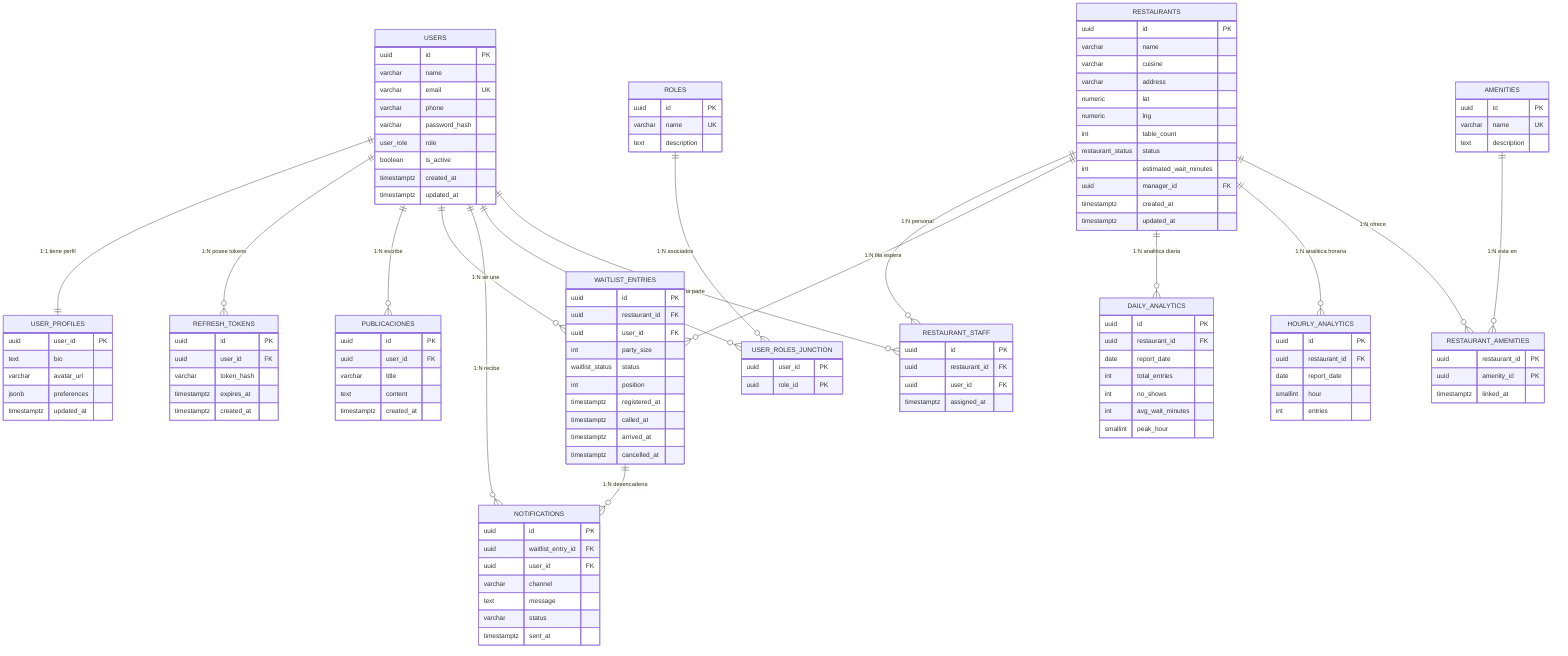
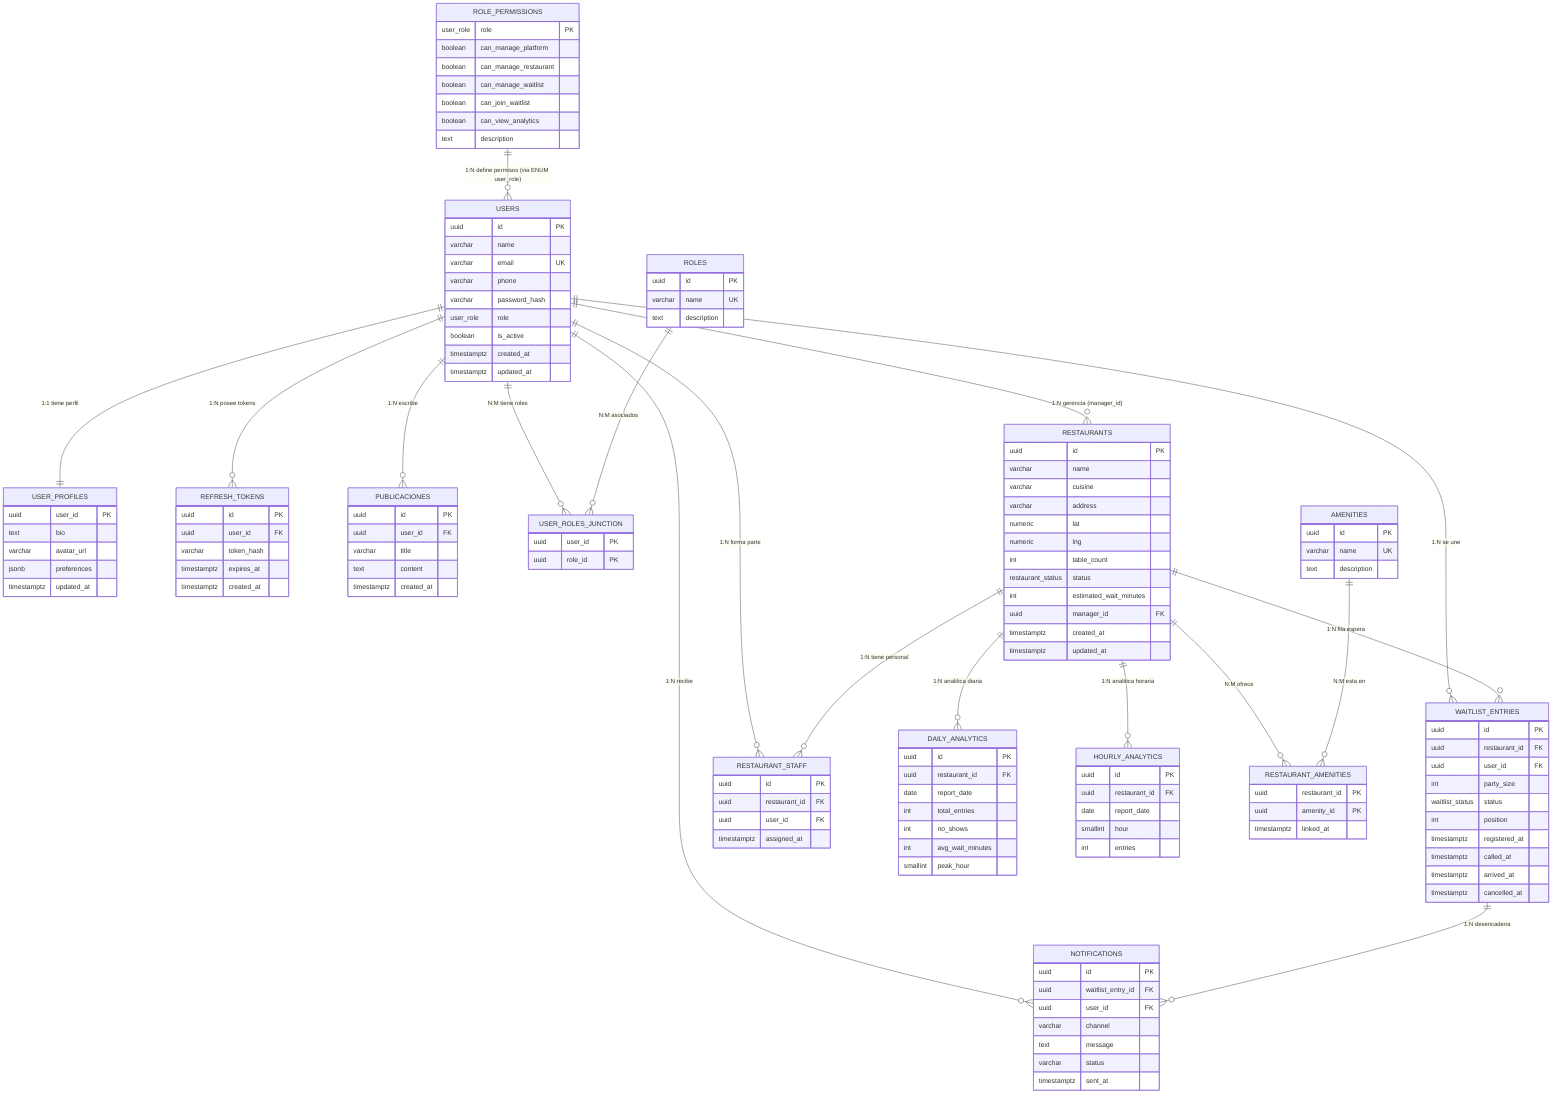
erDiagram
    USERS ||--|| USER_PROFILES : "1:1 tiene perfil"
    USERS ||--o{ REFRESH_TOKENS : "1:N posee tokens"
    USERS ||--o{ PUBLICACIONES : "1:N escribe"
    USERS ||--o{ WAITLIST_ENTRIES : "1:N se une"
    USERS ||--o{ NOTIFICATIONS : "1:N recibe"
-     USERS ||--o{ USER_ROLES_JUNCTION : "1:N tiene"
-     ROLES ||--o{ USER_ROLES_JUNCTION : "1:N asociados"
+     USERS ||--o{ USER_ROLES_JUNCTION : "N:M tiene roles"
+     ROLES ||--o{ USER_ROLES_JUNCTION : "N:M asociados"

-     RESTAURANTS ||--o{ RESTAURANT_STAFF : "1:N personal"
+     USERS ||--o{ RESTAURANTS : "1:N gerencia (manager_id)"
    USERS ||--o{ RESTAURANT_STAFF : "1:N forma parte"
+     RESTAURANTS ||--o{ RESTAURANT_STAFF : "1:N tiene personal"

    RESTAURANTS ||--o{ WAITLIST_ENTRIES : "1:N fila espera"
    WAITLIST_ENTRIES ||--o{ NOTIFICATIONS : "1:N desencadena"
    RESTAURANTS ||--o{ DAILY_ANALYTICS : "1:N analitica diaria"
    RESTAURANTS ||--o{ HOURLY_ANALYTICS : "1:N analitica horaria"

-     RESTAURANTS ||--o{ RESTAURANT_AMENITIES : "1:N ofrece"
-     AMENITIES ||--o{ RESTAURANT_AMENITIES : "1:N esta en"
+     RESTAURANTS ||--o{ RESTAURANT_AMENITIES : "N:M ofrece"
+     AMENITIES ||--o{ RESTAURANT_AMENITIES : "N:M esta en"
+ 
+     ROLE_PERMISSIONS ||--o{ USERS : "1:N define permisos (via ENUM user_role)"

    USERS {
        uuid id PK
        varchar name
        varchar email UK
        varchar phone
        varchar password_hash
        user_role role
        boolean is_active
        timestamptz created_at
        timestamptz updated_at
+     }
+ 
+     ROLE_PERMISSIONS {
+         user_role role PK
+         boolean can_manage_platform
+         boolean can_manage_restaurant
+         boolean can_manage_waitlist
+         boolean can_join_waitlist
+         boolean can_view_analytics
+         text description
    }

    USER_PROFILES {
        uuid user_id PK
        text bio
        varchar avatar_url
        jsonb preferences
        timestamptz updated_at
    }

    PUBLICACIONES {
        uuid id PK
        uuid user_id FK
        varchar title
        text content
        timestamptz created_at
    }

    ROLES {
        uuid id PK
        varchar name UK
        text description
    }

    USER_ROLES_JUNCTION {
        uuid user_id PK
        uuid role_id PK
    }

    REFRESH_TOKENS {
        uuid id PK
        uuid user_id FK
        varchar token_hash
        timestamptz expires_at
        timestamptz created_at
    }

    RESTAURANTS {
        uuid id PK
        varchar name
        varchar cuisine
        varchar address
        numeric lat
        numeric lng
        int table_count
        restaurant_status status
        int estimated_wait_minutes
        uuid manager_id FK
        timestamptz created_at
        timestamptz updated_at
    }

    RESTAURANT_STAFF {
        uuid id PK
        uuid restaurant_id FK
        uuid user_id FK
        timestamptz assigned_at
    }

    WAITLIST_ENTRIES {
        uuid id PK
        uuid restaurant_id FK
        uuid user_id FK
        int party_size
        waitlist_status status
        int position
        timestamptz registered_at
        timestamptz called_at
        timestamptz arrived_at
        timestamptz cancelled_at
    }

    NOTIFICATIONS {
        uuid id PK
        uuid waitlist_entry_id FK
        uuid user_id FK
        varchar channel
        text message
        varchar status
        timestamptz sent_at
    }

    DAILY_ANALYTICS {
        uuid id PK
        uuid restaurant_id FK
        date report_date
        int total_entries
        int no_shows
        int avg_wait_minutes
        smallint peak_hour
    }

    HOURLY_ANALYTICS {
        uuid id PK
        uuid restaurant_id FK
        date report_date
        smallint hour
        int entries
    }

    AMENITIES {
        uuid id PK
        varchar name UK
        text description
    }

    RESTAURANT_AMENITIES {
        uuid restaurant_id PK
        uuid amenity_id PK
        timestamptz linked_at
    }
